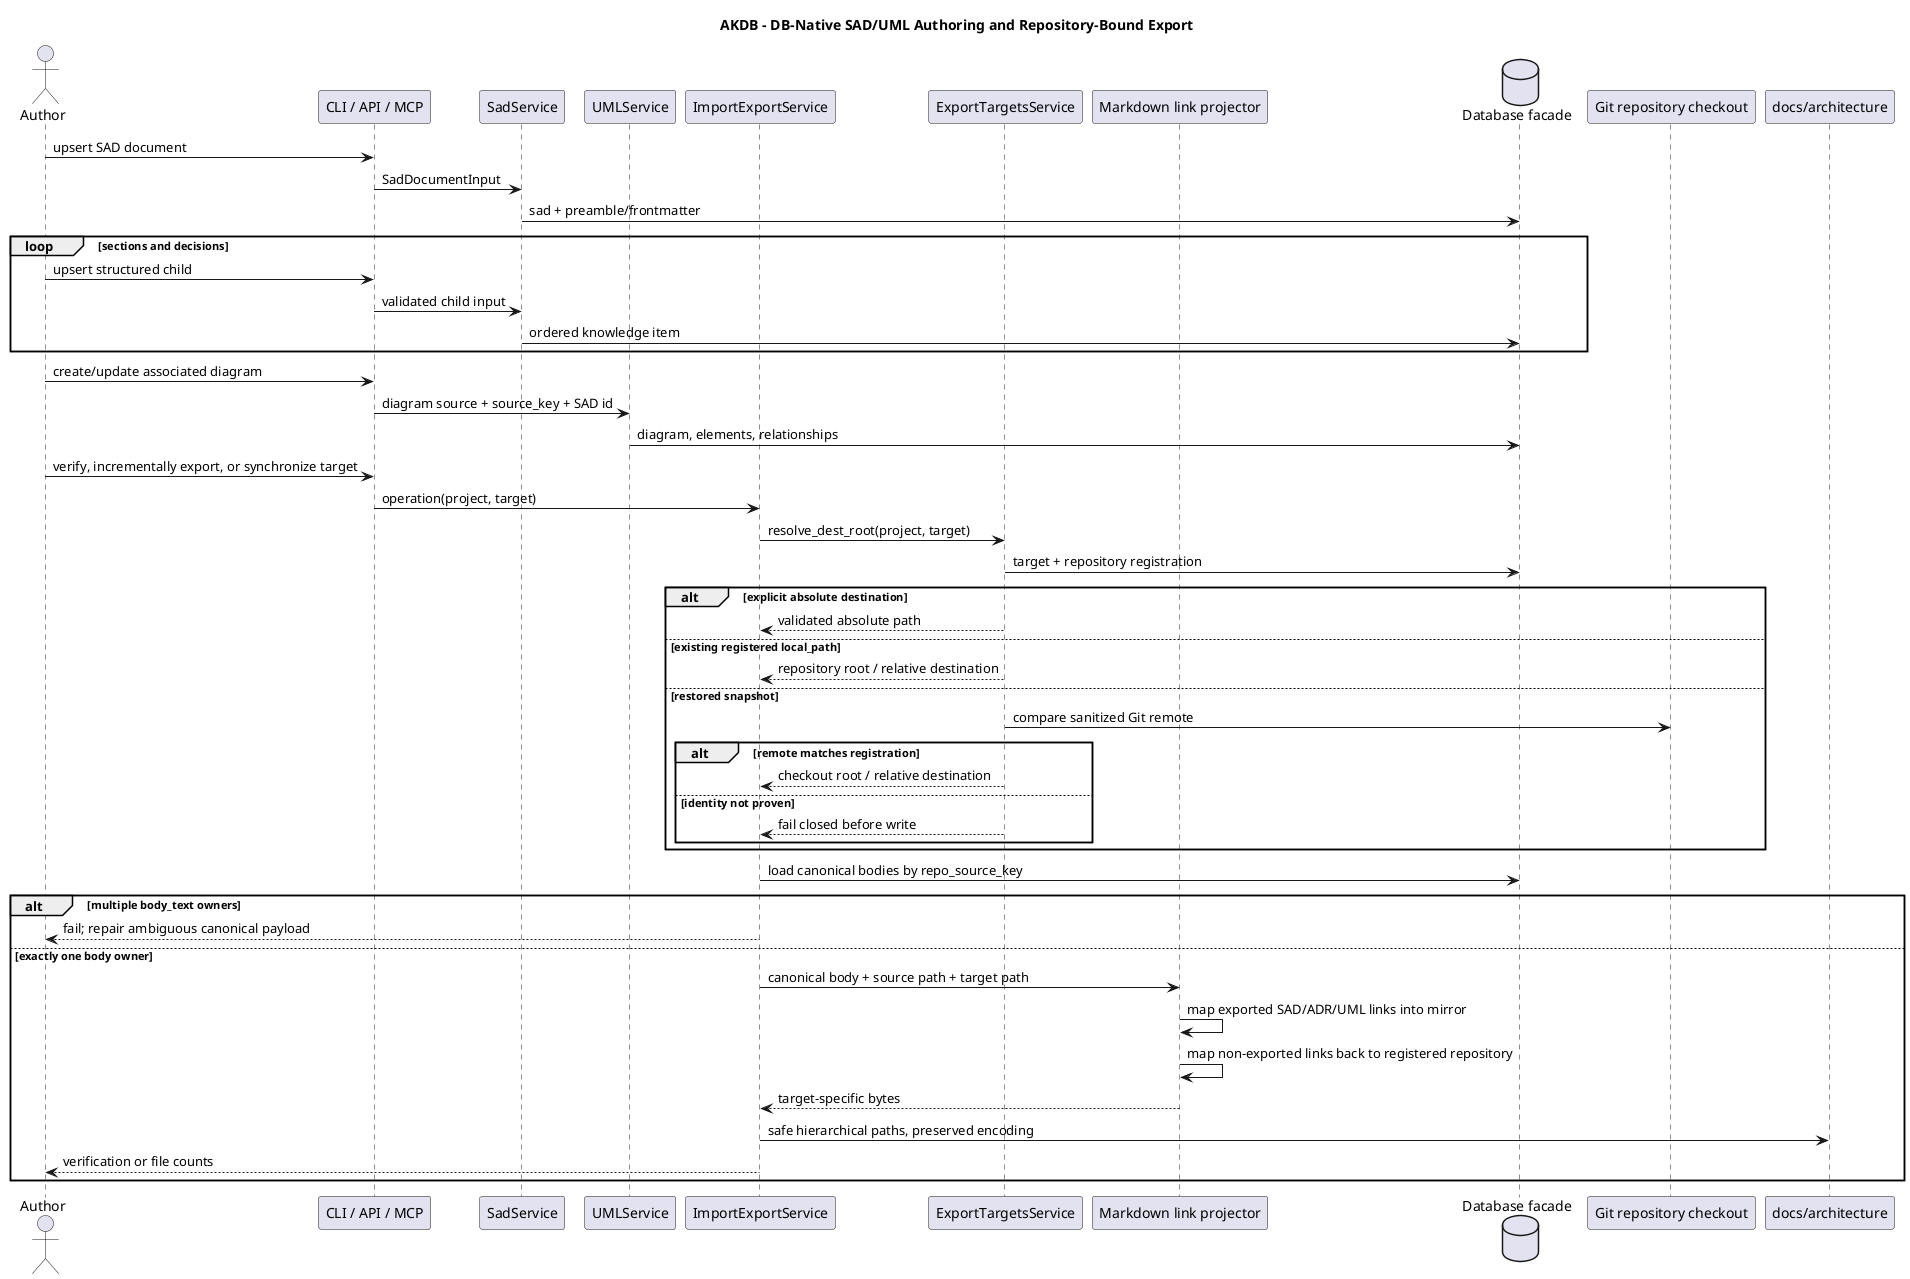
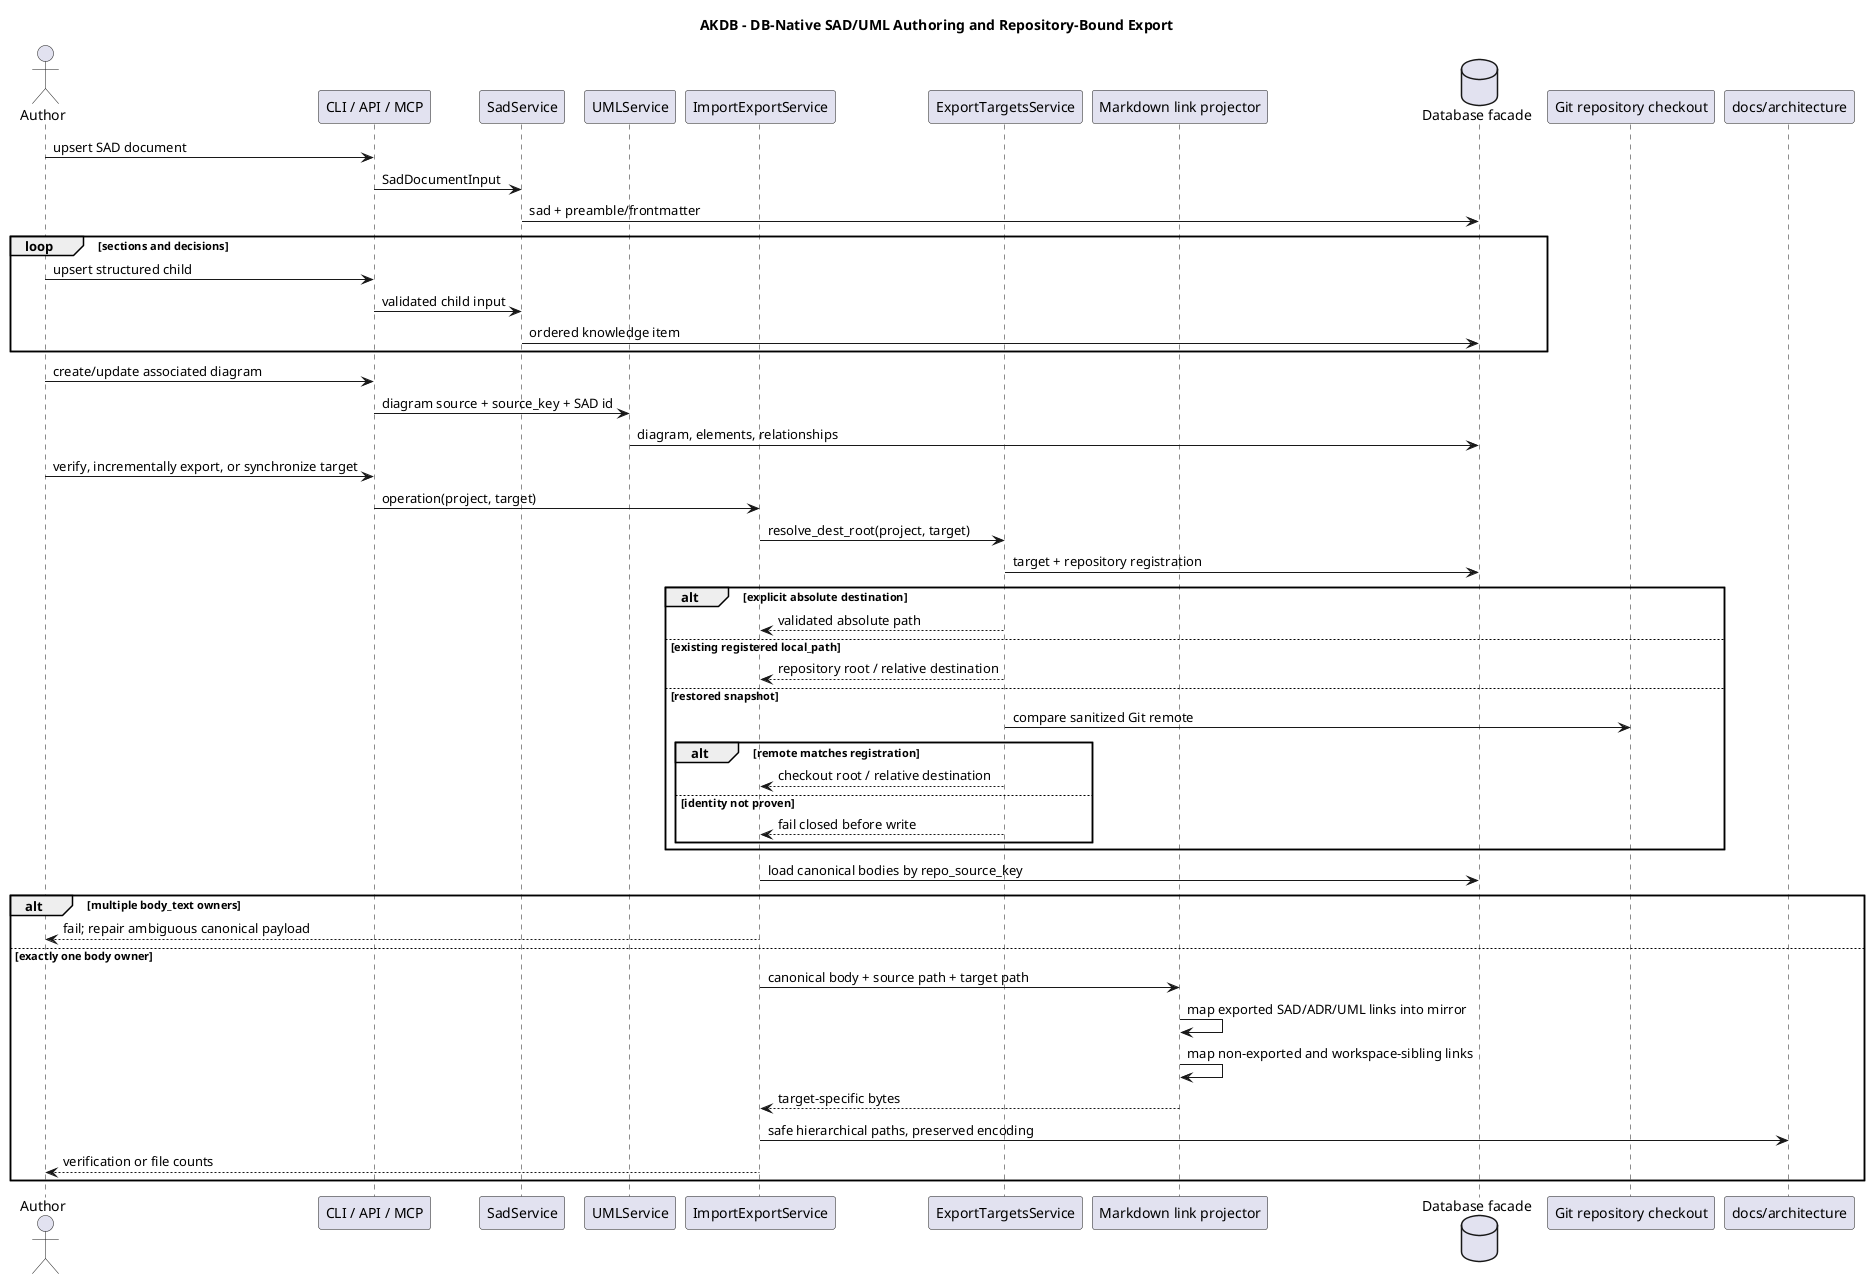
@startuml akdb-sad-export
title AKDB - DB-Native SAD/UML Authoring and Repository-Bound Export
actor Author
participant "CLI / API / MCP" as Surface
participant SadService
participant UMLService
participant ImportExportService
participant ExportTargetsService as Targets
participant "Markdown link projector" as Projector
database "Database facade" as DB
participant "Git repository checkout" as Repo
participant "docs/architecture" as Projection
Author -> Surface : upsert SAD document
Surface -> SadService : SadDocumentInput
SadService -> DB : sad + preamble/frontmatter
loop sections and decisions
 Author -> Surface : upsert structured child
 Surface -> SadService : validated child input
 SadService -> DB : ordered knowledge item
end
Author -> Surface : create/update associated diagram
Surface -> UMLService : diagram source + source_key + SAD id
UMLService -> DB : diagram, elements, relationships
Author -> Surface : verify, incrementally export, or synchronize target
Surface -> ImportExportService : operation(project, target)
ImportExportService -> Targets : resolve_dest_root(project, target)
Targets -> DB : target + repository registration
alt explicit absolute destination
 Targets --> ImportExportService : validated absolute path
else existing registered local_path
 Targets --> ImportExportService : repository root / relative destination
else restored snapshot
 Targets -> Repo : compare sanitized Git remote
 alt remote matches registration
  Targets --> ImportExportService : checkout root / relative destination
 else identity not proven
  Targets --> ImportExportService : fail closed before write
 end
end
ImportExportService -> DB : load canonical bodies by repo_source_key
alt multiple body_text owners
 ImportExportService --> Author : fail; repair ambiguous canonical payload
else exactly one body owner
 ImportExportService -> Projector : canonical body + source path + target path
 Projector -> Projector : map exported SAD/ADR/UML links into mirror
-  Projector -> Projector : map non-exported links back to registered repository
+  Projector -> Projector : map non-exported and workspace-sibling links
 Projector --> ImportExportService : target-specific bytes
 ImportExportService -> Projection : safe hierarchical paths, preserved encoding
 ImportExportService --> Author : verification or file counts
end
@enduml
